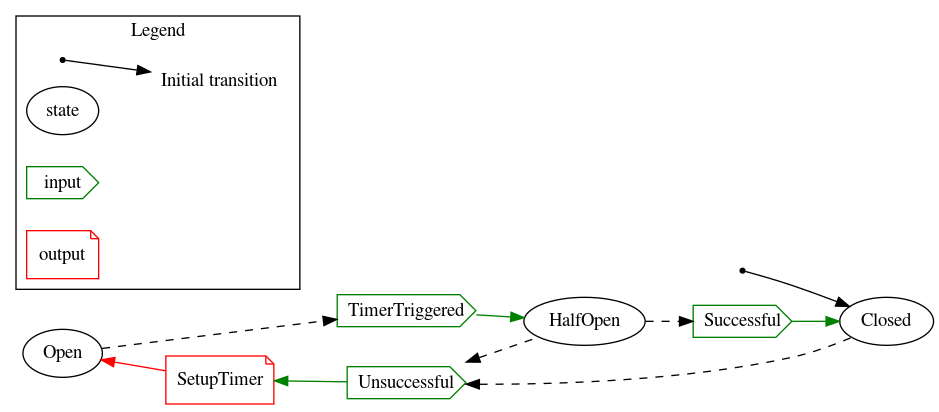
This is CircuitBreaker.png from xkr47/rust-fsm-graph, a Graphviz export, as it was before one commit. Its source is kept beside it as CircuitBreaker.dot.
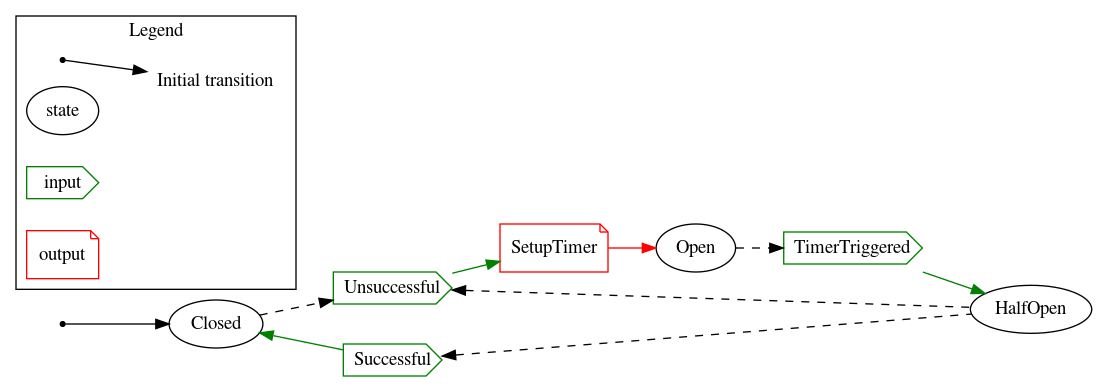
The same diagram one commit later.

What changed in the source:
```diff
@@ -14,16 +14,18 @@
     __output [ label="output" color=red shape=note ];
   }
 
-  "SetupTimer_Open_Unsuccessful_iv" -> "Closed" [ arrowhead=none arrowtail=normal style=dashed dir=both ];
-  "Open" -> "Open_HalfOpen_iv" [ style=dashed rankdir=TB ];
+  "Closed" -> "SetupTimer_Open_Unsuccessful_iv" [ style=dashed ];
+  "SetupTimer_Open_Unsuccessful_iv" [label="Unsuccessful" color="#008000" shape=cds ];
+  "SetupTimer_Open_Unsuccessful_iv" -> "SetupTimer_Open" [ color="#008000" ];
+  "SetupTimer_Open" [label="SetupTimer" color=red shape=note ];
+  "SetupTimer_Open" -> "Open" [ color=red ];
+  "Open" -> "Open_HalfOpen_iv" [ style=dashed ];
   "Open_HalfOpen_iv" [label="TimerTriggered" color="#008000" shape=cds ];
   "Open_HalfOpen_iv" -> "HalfOpen" [ color="#008000" ];
-  "SetupTimer_Open_Unsuccessful_iv" -> "HalfOpen" [ arrowhead=none arrowtail=normal style=dashed dir=both ];
+  "HalfOpen_Closed_iv" -> "HalfOpen" [ arrowhead=none arrowtail=normal dir=both style=dashed ];
+  "HalfOpen_Closed_iv" [label="Successful" color="#008000" shape=cds ];
+  "Closed" -> "HalfOpen_Closed_iv" [ arrowhead=none arrowtail=normal dir=both color="#008000" ];
+  "SetupTimer_Open_Unsuccessful_iv" -> "HalfOpen" [ arrowhead=none arrowtail=normal dir=both style=dashed ];
   "SetupTimer_Open_Unsuccessful_iv" [label="Unsuccessful" color="#008000" shape=cds ];
-  "SetupTimer_Open" -> "SetupTimer_Open_Unsuccessful_iv" [ color="#008000" arrowhead=none arrowtail=normal dir=both ];
   "SetupTimer_Open" [label="SetupTimer" color=red shape=note ];
-  "Open" -> "SetupTimer_Open" [ color=red arrowhead=none arrowtail=normal dir=both ];
-  "HalfOpen" -> "HalfOpen_Closed_iv" [ style=dashed rankdir=TB ];
-  "HalfOpen_Closed_iv" [label="Successful" color="#008000" shape=cds ];
-  "HalfOpen_Closed_iv" -> "Closed" [ color="#008000" ];
 }
```
